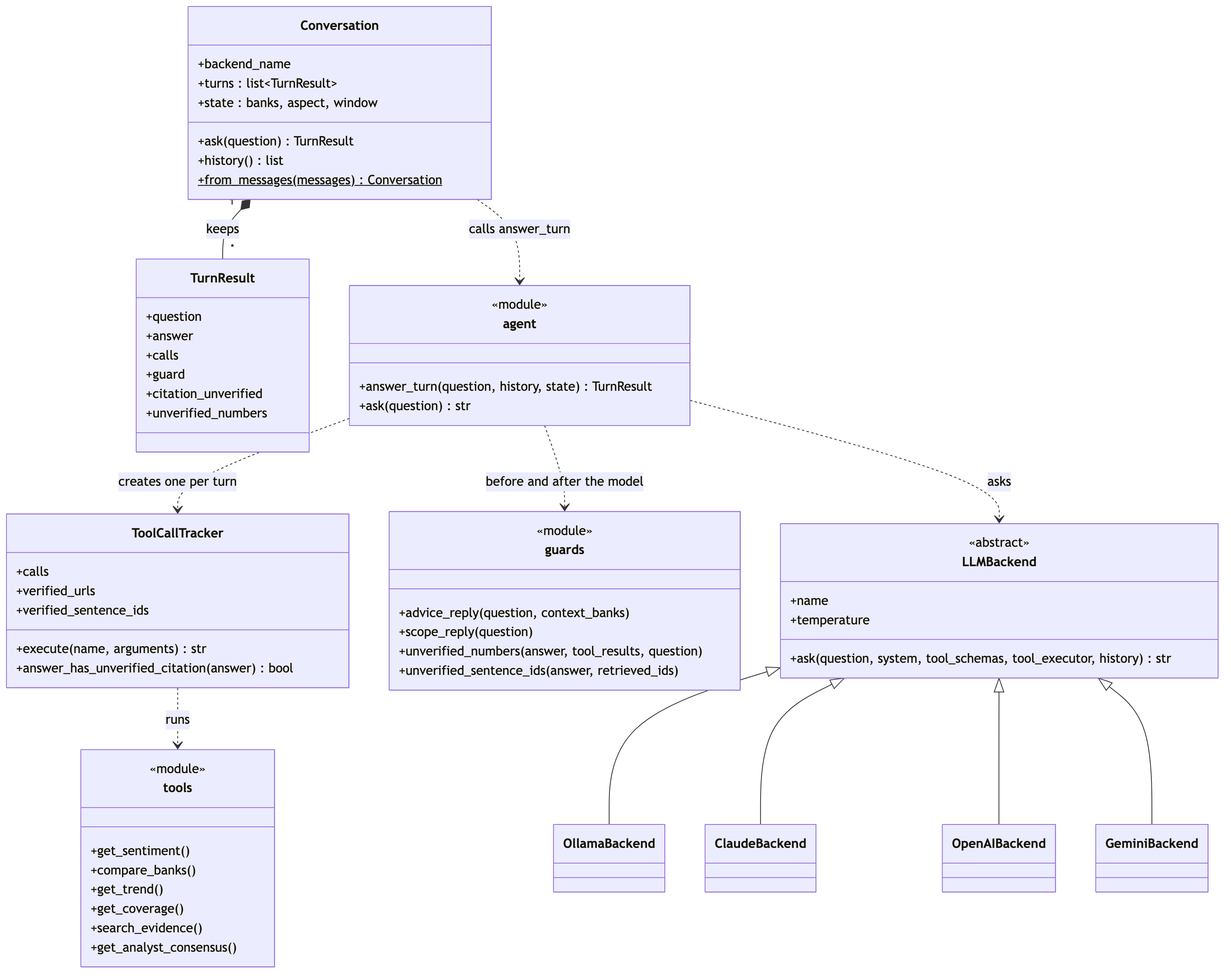
The Mermaid diagram docs/diagrams/img/14-chatbot-components.png in Gavingyh/plp-project, before a commit. Its source is kept beside it as docs/diagrams/src/14-chatbot-components.mmd.
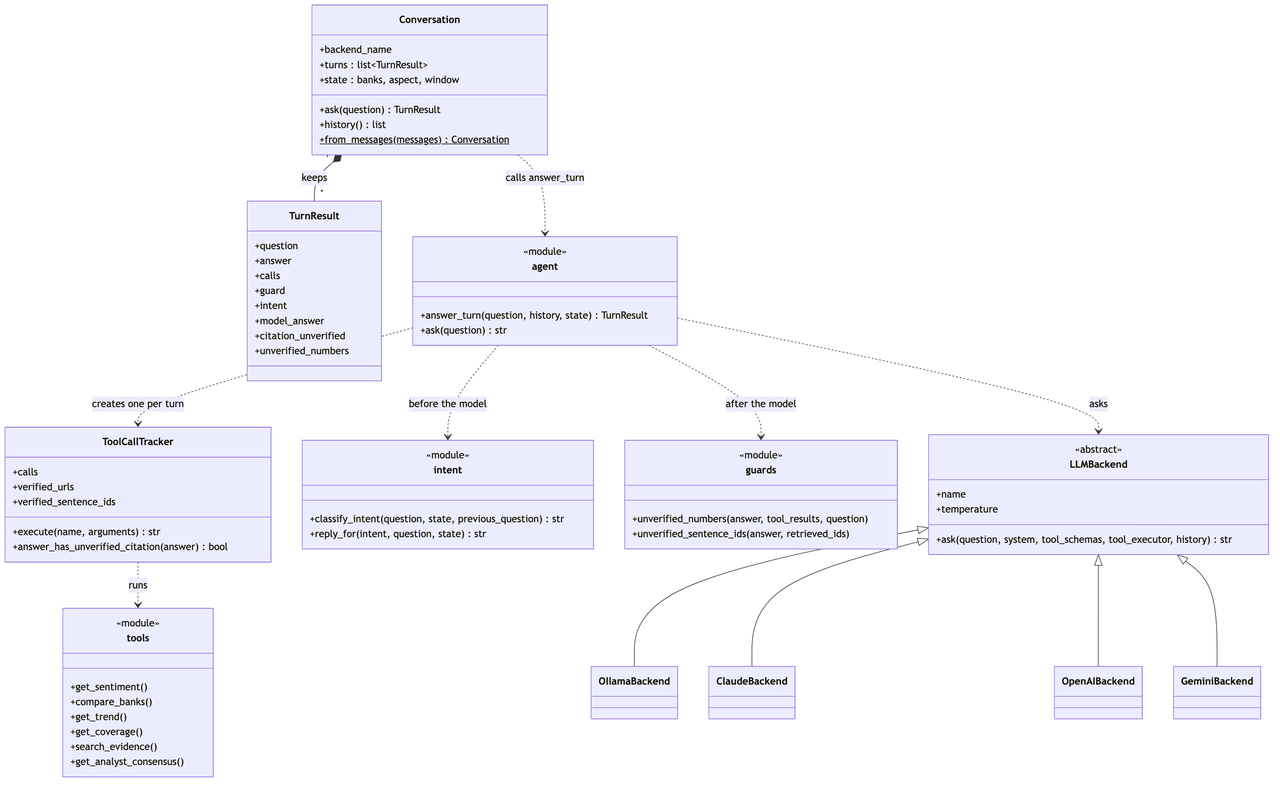
The same file after the commit.

Change to the diagram source:
```diff
@@ -1,6 +1,6 @@
 classDiagram
   accTitle: Chatbot components
-  accDescr: Conversation holds TurnResults and calls answer_turn, which uses the guards, a tool-call tracker, the tools and one of four backends implementing LLMBackend.
+  accDescr: Conversation holds TurnResults and calls answer_turn, which asks the intent classifier first, then uses a tool-call tracker, the output checks in guards, the tools and one of four backends implementing LLMBackend.
 
   class Conversation {
     +backend_name
@@ -15,6 +15,8 @@
     +answer
     +calls
     +guard
+    +intent
+    +model_answer
     +citation_unverified
     +unverified_numbers
   }
@@ -30,10 +32,13 @@
     +execute(name, arguments) str
     +answer_has_unverified_citation(answer) bool
   }
+  class intent {
+    <<module>>
+    +classify_intent(question, state, previous_question) str
+    +reply_for(intent, question, state) str
+  }
   class guards {
     <<module>>
-    +advice_reply(question, context_banks)
-    +scope_reply(question)
     +unverified_numbers(answer, tool_results, question)
     +unverified_sentence_ids(answer, retrieved_ids)
   }
@@ -59,7 +64,8 @@
 
   Conversation "1" *-- "*" TurnResult : keeps
   Conversation ..> agent : calls answer_turn
-  agent ..> guards : before and after the model
+  agent ..> intent : before the model
+  agent ..> guards : after the model
   agent ..> ToolCallTracker : creates one per turn
   ToolCallTracker ..> tools : runs
   agent ..> LLMBackend : asks
```
